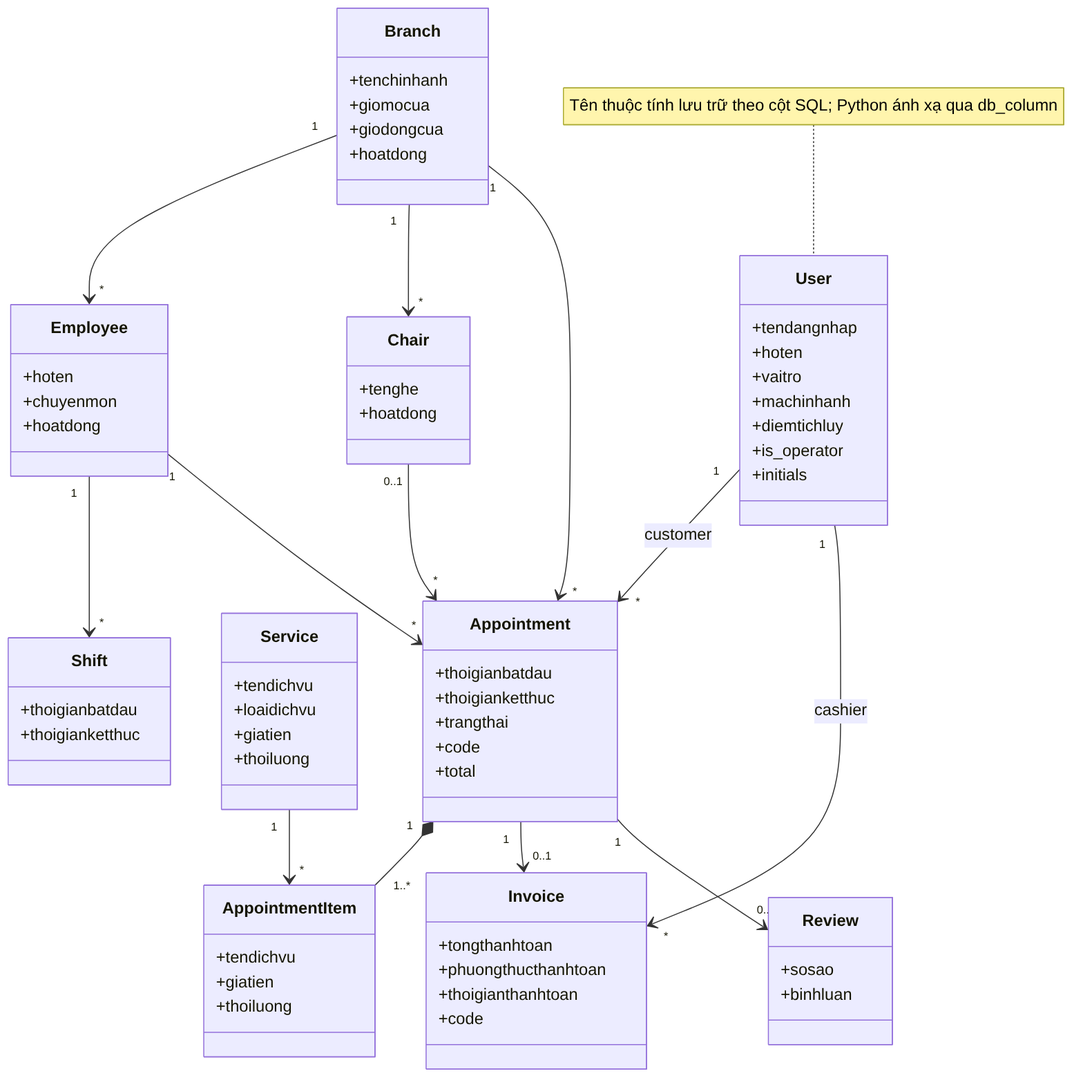
The Mermaid diagram docs/diagrams/07-domain-class.png in tunato2807-del/ptpmhdtuong, before a commit. Its source is kept beside it as docs/diagrams/07-domain-class.mmd.
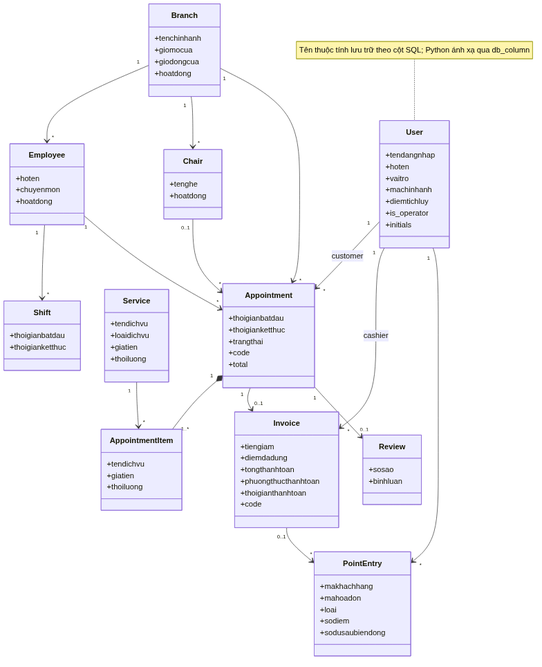
Above is the later version.

Diff of the diagram source:
```diff
@@ -46,6 +46,8 @@
     +thoiluong
   }
   class Invoice {
+    +tiengiam
+    +diemdadung
     +tongthanhtoan
     +phuongthucthanhtoan
     +thoigianthanhtoan
@@ -68,3 +70,13 @@
   Appointment "1" --> "0..1" Review
   User "1" --> "*" Invoice : cashier
   note for User "Tên thuộc tính lưu trữ theo cột SQL; Python ánh xạ qua db_column"
+
+  class PointEntry {
+    +makhachhang
+    +mahoadon
+    +loai
+    +sodiem
+    +sodusaubiendong
+  }
+  User "1" --> "*" PointEntry
+  Invoice "0..1" --> "*" PointEntry
```
